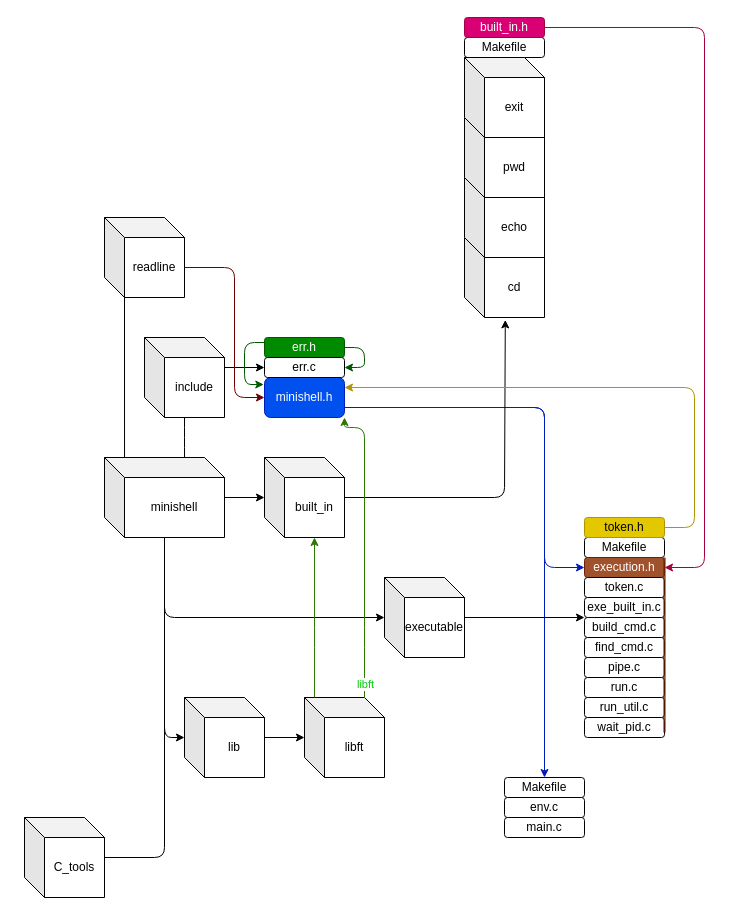
This is page "file" (2 of 2) of minishell.drawio from sm222/minishell, a draw.io file, before an edit. Source tidied: cells renumbered, new cells numbered last; positions are measured from the earlier drawing's top-left corner, leaving out a move shared by most shapes. Both pictures are drawn from the tidied source at 100%, with x=0, y=0 at pixel (24, 17).
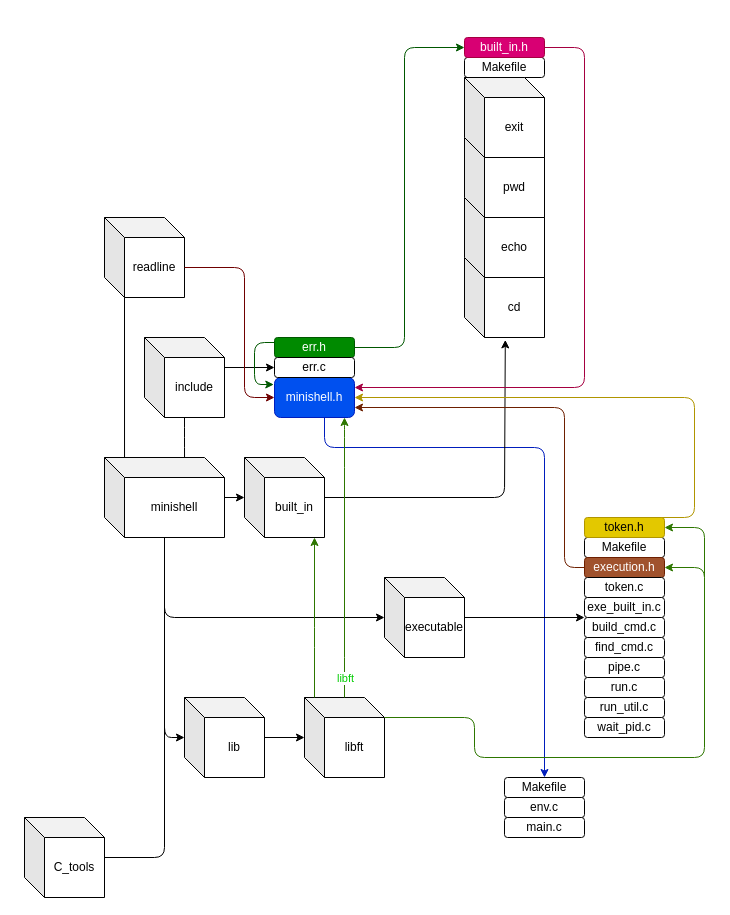
After the change.

The change refers to these unchanged cells:
```xml
<mxCell id="18" value="libft" style="shape=cube;whiteSpace=wrap;html=1;boundedLbl=1;backgroundOutline=1;darkOpacity=0.05;darkOpacity2=0.1;" parent="1" vertex="1">
  <mxGeometry x="280" y="680" width="80" height="80" as="geometry" />
</mxCell>
<mxCell id="38" value="execution.h" style="rounded=1;whiteSpace=wrap;html=1;fillColor=#a0522d;fontColor=#ffffff;strokeColor=#6D1F00;" parent="1" vertex="1">
  <mxGeometry x="560" y="540" width="80" height="20" as="geometry" />
</mxCell>
<mxCell id="45" value="token.h" style="rounded=1;whiteSpace=wrap;html=1;fillColor=#e3c800;fontColor=#000000;strokeColor=#B09500;" parent="1" vertex="1">
  <mxGeometry x="560" y="500" width="80" height="20" as="geometry" />
</mxCell>
<mxCell id="46" value="wait_pid.c" style="rounded=1;whiteSpace=wrap;html=1;" parent="1" vertex="1">
  <mxGeometry x="560" y="700" width="80" height="20" as="geometry" />
</mxCell>
<mxCell id="48" value="readline" style="shape=cube;whiteSpace=wrap;html=1;boundedLbl=1;backgroundOutline=1;darkOpacity=0.05;darkOpacity2=0.1;" parent="1" vertex="1">
  <mxGeometry x="80" y="200" width="80" height="80" as="geometry" />
</mxCell>
<mxCell id="51" value="Makefile" style="rounded=1;whiteSpace=wrap;html=1;" parent="1" vertex="1">
  <mxGeometry x="480" y="760" width="80" height="20" as="geometry" />
</mxCell>
```

Diff of the diagram source:
```diff
@@
-    <mxCell id="9" style="edgeStyle=none;html=1;fontColor=#00CC00;entryX=0;entryY=0.5;entryDx=0;entryDy=0;fillColor=#0050ef;strokeColor=#001DBC;exitX=1;exitY=0.75;exitDx=0;exitDy=0;" parent="1" edge="1" source="11" target="38">
-      <mxGeometry relative="1" as="geometry">
-        <Array as="points">
-          <mxPoint x="520" y="390" />
-          <mxPoint x="520" y="550" />
-        </Array>
-      </mxGeometry>
-    </mxCell>
-    <mxCell id="10" style="edgeStyle=none;html=1;fontColor=#00CC00;entryX=0.5;entryY=0;entryDx=0;entryDy=0;fillColor=#0050ef;strokeColor=#001DBC;" parent="1" edge="1" target="51">
+    <mxCell id="10" style="edgeStyle=none;html=1;fontColor=#00CC00;entryX=0.5;entryY=0;entryDx=0;entryDy=0;fillColor=#0050ef;strokeColor=#001DBC;exitX=0.625;exitY=1;exitDx=0;exitDy=0;exitPerimeter=0;" parent="1" edge="1" source="11" target="51">
       <mxGeometry relative="1" as="geometry">
-        <mxPoint x="320" y="390" as="sourcePoint" />
         <Array as="points">
-          <mxPoint x="520" y="390" />
+          <mxPoint x="300" y="430" />
+          <mxPoint x="520" y="430" />
         </Array>
       </mxGeometry>
     </mxCell>
     <mxCell id="11" value="minishell.h" style="rounded=1;whiteSpace=wrap;html=1;fillColor=#0050ef;fontColor=#ffffff;strokeColor=#001DBC;" parent="1" vertex="1">
-      <mxGeometry x="240" y="360" width="80" height="40" as="geometry" />
+      <mxGeometry x="250" y="360" width="80" height="40" as="geometry" />
     </mxCell>
     <mxCell id="12" value="err.h" style="rounded=1;whiteSpace=wrap;html=1;fillColor=#008a00;fontColor=#ffffff;strokeColor=#005700;" parent="1" vertex="1">
-      <mxGeometry x="240" y="320" width="80" height="20" as="geometry" />
+      <mxGeometry x="250" y="320" width="80" height="20" as="geometry" />
     </mxCell>
     <mxCell id="13" value="err.c" style="rounded=1;whiteSpace=wrap;html=1;" parent="1" vertex="1">
-      <mxGeometry x="240" y="340" width="80" height="20" as="geometry" />
+      <mxGeometry x="250" y="340" width="80" height="20" as="geometry" />
     </mxCell>
@@
     <mxCell id="20" value="built_in" style="shape=cube;whiteSpace=wrap;html=1;boundedLbl=1;backgroundOutline=1;darkOpacity=0.05;darkOpacity2=0.1;" parent="1" vertex="1">
-      <mxGeometry x="240" y="440" width="80" height="80" as="geometry" />
+      <mxGeometry x="220" y="440" width="80" height="80" as="geometry" />
     </mxCell>
@@
     <mxCell id="23" value="Makefile" style="rounded=1;whiteSpace=wrap;html=1;" parent="1" vertex="1">
-      <mxGeometry x="440" y="20" width="80" height="20" as="geometry" />
+      <mxGeometry x="440" y="40" width="80" height="20" as="geometry" />
     </mxCell>
-    <mxCell id="24" style="edgeStyle=none;html=1;fontColor=#00CC00;entryX=1;entryY=0.5;entryDx=0;entryDy=0;fillColor=#d80073;strokeColor=#A50040;" parent="1" edge="1" source="25" target="38">
+    <mxCell id="24" style="edgeStyle=none;html=1;fontColor=#00CC00;entryX=1;entryY=0.25;entryDx=0;entryDy=0;fillColor=#d80073;strokeColor=#A50040;" parent="1" edge="1" source="25" target="11">
       <mxGeometry relative="1" as="geometry">
         <Array as="points">
-          <mxPoint x="680" y="10" />
-          <mxPoint x="680" y="550" />
+          <mxPoint x="560" y="30" />
+          <mxPoint x="560" y="370" />
         </Array>
       </mxGeometry>
     </mxCell>
     <mxCell id="25" value="built_in.h" style="rounded=1;whiteSpace=wrap;html=1;fillColor=#d80073;fontColor=#ffffff;strokeColor=#A50040;" parent="1" vertex="1">
-      <mxGeometry x="440" width="80" height="20" as="geometry" />
+      <mxGeometry x="440" y="20" width="80" height="20" as="geometry" />
     </mxCell>
     <mxCell id="26" value="cd" style="shape=cube;whiteSpace=wrap;html=1;boundedLbl=1;backgroundOutline=1;darkOpacity=0.05;darkOpacity2=0.1;" parent="1" vertex="1">
-      <mxGeometry x="440" y="220" width="80" height="80" as="geometry" />
+      <mxGeometry x="440" y="240" width="80" height="80" as="geometry" />
     </mxCell>
     <mxCell id="27" value="echo" style="shape=cube;whiteSpace=wrap;html=1;boundedLbl=1;backgroundOutline=1;darkOpacity=0.05;darkOpacity2=0.1;" parent="1" vertex="1">
-      <mxGeometry x="440" y="160" width="80" height="80" as="geometry" />
+      <mxGeometry x="440" y="180" width="80" height="80" as="geometry" />
     </mxCell>
     <mxCell id="28" value="pwd" style="shape=cube;whiteSpace=wrap;html=1;boundedLbl=1;backgroundOutline=1;darkOpacity=0.05;darkOpacity2=0.1;" parent="1" vertex="1">
-      <mxGeometry x="440" y="100" width="80" height="80" as="geometry" />
+      <mxGeometry x="440" y="120" width="80" height="80" as="geometry" />
     </mxCell>
     <mxCell id="29" value="exit" style="shape=cube;whiteSpace=wrap;html=1;boundedLbl=1;backgroundOutline=1;darkOpacity=0.05;darkOpacity2=0.1;" parent="1" vertex="1">
-      <mxGeometry x="440" y="40" width="80" height="80" as="geometry" />
+      <mxGeometry x="440" y="60" width="80" height="80" as="geometry" />
     </mxCell>
-    <mxCell id="30" style="endArrow=classic;html=1;fontColor=#00CC00;entryX=0;entryY=0;entryDx=50;entryDy=80;entryPerimeter=0;fillColor=#60a917;strokeColor=#2D7600;exitX=0.125;exitY=0;exitDx=0;exitDy=0;exitPerimeter=0;" parent="1" edge="1" source="18" target="20">
+    <mxCell id="30" style="endArrow=classic;html=1;fontColor=#00CC00;fillColor=#60a917;strokeColor=#2D7600;exitX=0.125;exitY=0;exitDx=0;exitDy=0;exitPerimeter=0;entryX=0.875;entryY=1;entryDx=0;entryDy=0;entryPerimeter=0;" parent="1" edge="1" source="18" target="20">
       <mxGeometry relative="1" as="geometry">
         <Array as="points">
           <mxPoint x="290" y="620" />
         </Array>
       </mxGeometry>
     </mxCell>
-    <mxCell id="31" style="endArrow=classic;html=1;fontColor=#00CC00;fillColor=#60a917;strokeColor=#2D7600;exitX=0;exitY=0;exitDx=60;exitDy=0;exitPerimeter=0;entryX=1;entryY=1;entryDx=0;entryDy=0;" parent="1" edge="1" source="18" target="11">
+    <mxCell id="31" style="endArrow=classic;html=1;fontColor=#00CC00;fillColor=#60a917;strokeColor=#2D7600;entryX=0.875;entryY=1;entryDx=0;entryDy=0;entryPerimeter=0;" parent="1" edge="1" target="11">
       <mxGeometry relative="1" as="geometry">
+        <mxPoint x="320" y="680" as="sourcePoint" />
         <Array as="points">
-          <mxPoint x="340" y="620" />
-          <mxPoint x="340" y="410" />
+          <mxPoint x="320" y="650" />
+          <mxPoint x="320" y="440" />
           <mxPoint x="320" y="410" />
         </Array>
       </mxGeometry>
     </mxCell>
     <mxCell id="32" value="libft" style="edgeLabel;html=1;align=center;verticalAlign=middle;fontColor=#00CC00;" parent="31" vertex="1">
       <mxGeometry x="0.31" relative="1" as="geometry">
-        <mxPoint y="183" as="offset" />
+        <mxPoint y="163" as="offset" />
       </mxGeometry>
     </mxCell>
-    <mxCell id="33" style="endArrow=classic;html=1;fontColor=#00CC00;exitX=1;exitY=0.5;exitDx=0;exitDy=0;entryX=1;entryY=0.5;entryDx=0;entryDy=0;fillColor=#008a00;strokeColor=#005700;" parent="1" edge="1" source="12" target="13">
-      <mxGeometry relative="1" as="geometry">
-        <Array as="points">
-          <mxPoint x="340" y="330" />
-          <mxPoint x="340" y="350" />
-        </Array>
-      </mxGeometry>
-    </mxCell>
     <mxCell id="34" style="endArrow=classic;html=1;fontColor=#00CC00;exitX=0;exitY=0.25;exitDx=0;exitDy=0;entryX=-0.009;entryY=0.176;entryDx=0;entryDy=0;fillColor=#008a00;strokeColor=#005700;entryPerimeter=0;" parent="1" edge="1" source="12" target="11">
       <mxGeometry relative="1" as="geometry">
         <Array as="points">
-          <mxPoint x="220" y="325" />
-          <mxPoint x="220" y="367" />
+          <mxPoint x="230" y="325" />
+          <mxPoint x="230" y="367" />
         </Array>
       </mxGeometry>
     </mxCell>
@@
+    <mxCell id="54" style="edgeStyle=none;html=1;exitX=0;exitY=0.5;exitDx=0;exitDy=0;entryX=1;entryY=0.75;entryDx=0;entryDy=0;fillColor=#a0522d;strokeColor=#6D1F00;" parent="1" edge="1" source="38" target="11">
+      <mxGeometry relative="1" as="geometry">
+        <Array as="points">
+          <mxPoint x="540" y="550" />
+          <mxPoint x="540" y="390" />
+        </Array>
+      </mxGeometry>
+    </mxCell>
@@
-    <mxCell id="44" style="edgeStyle=none;html=1;fontColor=#00CC00;entryX=1;entryY=0.25;entryDx=0;entryDy=0;fillColor=#e3c800;strokeColor=#B09500;exitX=1;exitY=0.5;exitDx=0;exitDy=0;" parent="1" edge="1" source="45" target="11">
+    <mxCell id="44" style="edgeStyle=none;html=1;fontColor=#00CC00;fillColor=#e3c800;strokeColor=#B09500;exitX=0.75;exitY=0;exitDx=0;exitDy=0;entryX=1;entryY=0.5;entryDx=0;entryDy=0;" parent="1" edge="1" source="45" target="11">
       <mxGeometry relative="1" as="geometry">
         <Array as="points">
-          <mxPoint x="670" y="510" />
-          <mxPoint x="670" y="370" />
+          <mxPoint x="670" y="500" />
+          <mxPoint x="670" y="380" />
         </Array>
       </mxGeometry>
     </mxCell>
@@
-    <mxCell id="47" style="shape=link;html=1;fontColor=#00CC00;width=-1.0344827586206886;entryX=1;entryY=0.75;entryDx=0;entryDy=0;fillColor=#a0522d;strokeColor=#6D1F00;" parent="1" edge="1" target="46">
-      <mxGeometry relative="1" as="geometry">
-        <mxPoint x="640" y="540" as="sourcePoint" />
-      </mxGeometry>
-    </mxCell>
@@
     <mxCell id="50" style="endArrow=classic;html=1;fontColor=#00CC00;exitX=0;exitY=0;exitDx=80;exitDy=50;exitPerimeter=0;entryX=0;entryY=0.5;entryDx=0;entryDy=0;fillColor=#a20025;strokeColor=#6F0000;" parent="1" edge="1" source="48" target="11">
       <mxGeometry relative="1" as="geometry">
         <Array as="points">
-          <mxPoint x="210" y="250" />
-          <mxPoint x="210" y="380" />
+          <mxPoint x="220" y="250" />
+          <mxPoint x="220" y="380" />
         </Array>
       </mxGeometry>
     </mxCell>
@@
+    <mxCell id="55" style="endArrow=classic;html=1;fontColor=#00CC00;fillColor=#008a00;strokeColor=#005700;entryX=0;entryY=0.5;entryDx=0;entryDy=0;exitX=1;exitY=0.5;exitDx=0;exitDy=0;" parent="1" edge="1" source="12" target="25">
+      <mxGeometry relative="1" as="geometry">
+        <Array as="points">
+          <mxPoint x="380" y="330" />
+          <mxPoint x="380" y="30" />
+        </Array>
+      </mxGeometry>
+    </mxCell>
+    <mxCell id="56" style="endArrow=classic;html=1;fontColor=#00CC00;fillColor=#60a917;strokeColor=#2D7600;exitX=0;exitY=0;exitDx=80;exitDy=20;exitPerimeter=0;entryX=1;entryY=0.5;entryDx=0;entryDy=0;" parent="1" edge="1" source="18" target="38">
+      <mxGeometry relative="1" as="geometry">
+        <Array as="points">
+          <mxPoint x="450" y="700" />
+          <mxPoint x="450" y="740" />
+          <mxPoint x="680" y="740" />
+          <mxPoint x="680" y="550" />
+        </Array>
+      </mxGeometry>
+    </mxCell>
+    <mxCell id="57" style="endArrow=classic;html=1;entryX=1;entryY=0.5;entryDx=0;entryDy=0;fillColor=#60a917;strokeColor=#2D7600;" parent="1" edge="1" target="45">
+      <mxGeometry relative="1" as="geometry">
+        <mxPoint x="680" y="560" as="sourcePoint" />
+        <Array as="points">
+          <mxPoint x="680" y="510" />
+        </Array>
+      </mxGeometry>
+    </mxCell>
```
